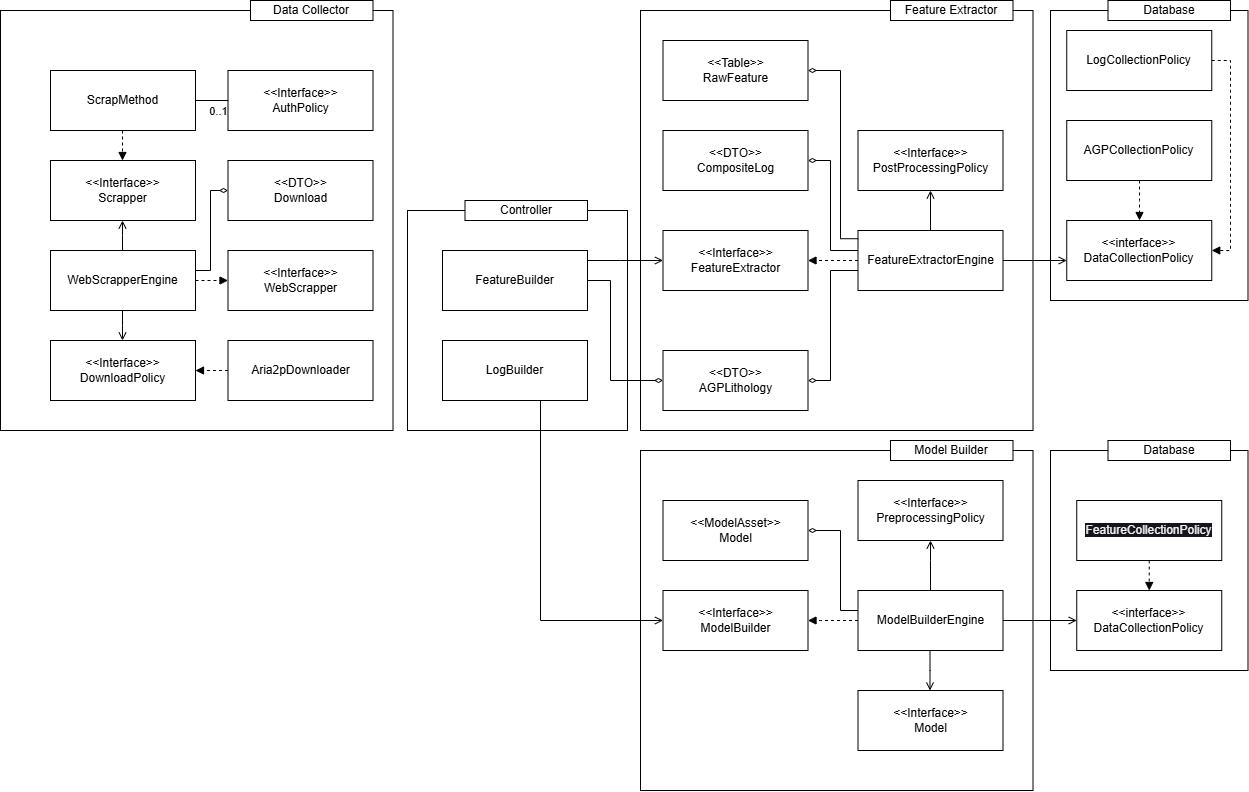
Earlier version of the draw.io export diagrams/feature-pipeline.drawio.png (Vitorhgbds/GeoAI-ANP-DataExtractor). Source tidied: cells renumbered, new cells last; positions are measured from the earlier drawing's top-left corner, leaving out a move shared by most shapes.
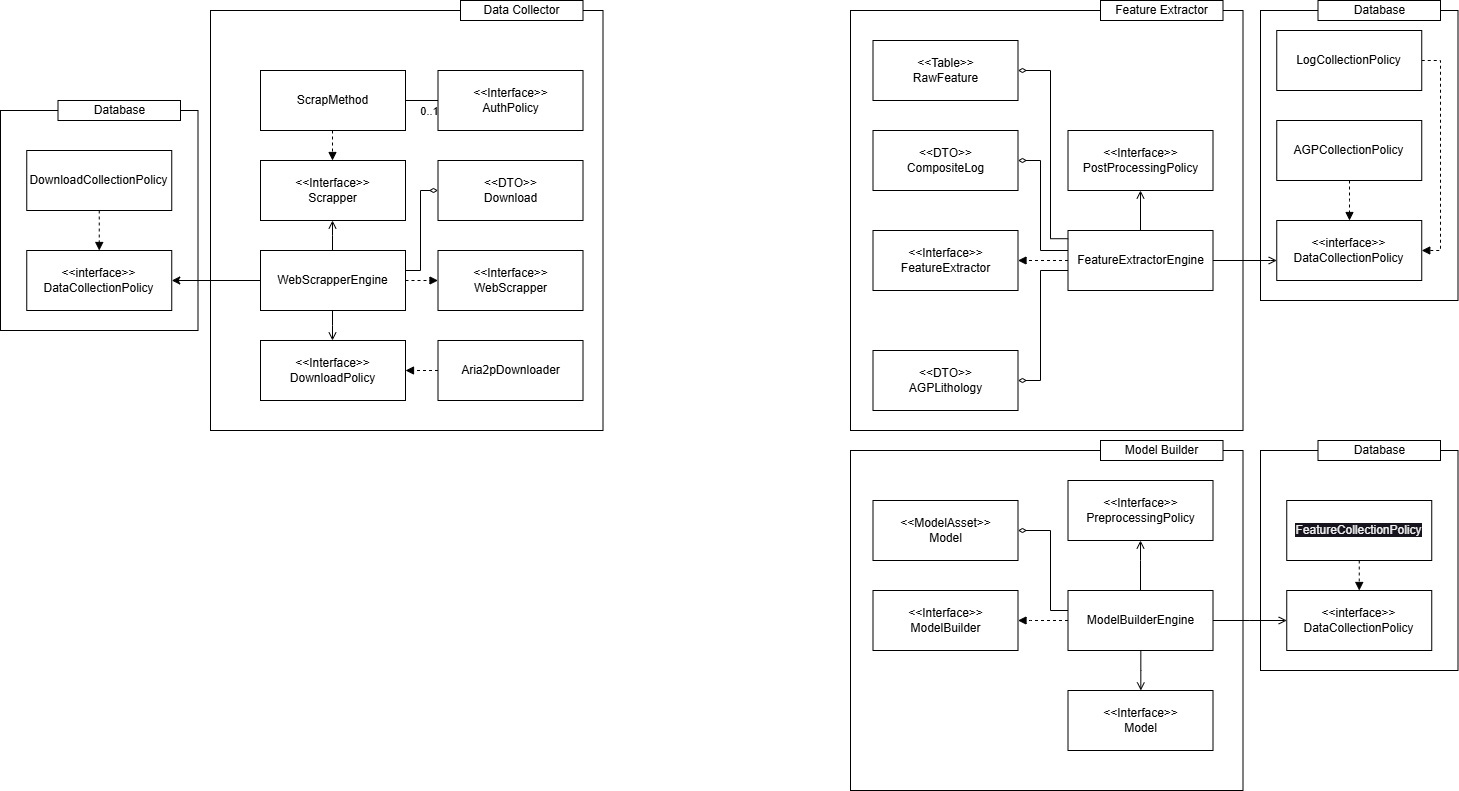
The same diagram one commit later.

Diff of the diagram source:
```diff
@@ -2,6 +2,9 @@
   <root>
     <mxCell id="0" />
     <mxCell id="1" parent="0" />
+    <mxCell id="65" style="rounded=0;whiteSpace=wrap;html=1;" parent="1" vertex="1">
+      <mxGeometry x="-210" y="110" width="197.5" height="220" as="geometry" />
+    </mxCell>
     <mxCell id="2" style="rounded=0;whiteSpace=wrap;html=1;" parent="1" vertex="1">
       <mxGeometry x="1050" y="450" width="197.5" height="220" as="geometry" />
     </mxCell>
@@ -108,9 +111,6 @@
     <mxCell id="22" style="rounded=0;whiteSpace=wrap;html=1;" parent="1" vertex="1">
       <mxGeometry x="640" y="450" width="392.5" height="340" as="geometry" />
     </mxCell>
-    <mxCell id="23" style="rounded=0;whiteSpace=wrap;html=1;" parent="1" vertex="1">
-      <mxGeometry x="407" y="210" width="220" height="220" as="geometry" />
-    </mxCell>
     <mxCell id="24" style="edgeStyle=elbowEdgeStyle;rounded=0;html=1;endArrow=block;endFill=1;dashed=1;" parent="1" edge="1" source="29" target="34">
       <mxGeometry relative="1" as="geometry">
         <Array as="points">
@@ -156,42 +156,6 @@
     <mxCell id="29" value="ModelBuilderEngine" style="rounded=0;whiteSpace=wrap;html=1;" parent="1" vertex="1">
       <mxGeometry x="857.5" y="590" width="145" height="60" as="geometry" />
     </mxCell>
-    <mxCell id="30" style="edgeStyle=elbowEdgeStyle;rounded=0;html=1;entryX=0;entryY=0.5;entryDx=0;entryDy=0;endArrow=open;endFill=0;" parent="1" edge="1" source="32" target="17">
-      <mxGeometry relative="1" as="geometry">
-        <Array as="points">
-          <mxPoint x="620" y="260" />
-          <mxPoint x="620" y="210" />
-          <mxPoint x="610" y="280" />
-        </Array>
-      </mxGeometry>
-    </mxCell>
-    <mxCell id="31" style="edgeStyle=elbowEdgeStyle;rounded=0;html=1;endArrow=diamondThin;endFill=0;" parent="1" edge="1" source="32" target="18">
-      <mxGeometry relative="1" as="geometry">
-        <Array as="points">
-          <mxPoint x="610" y="330" />
-          <mxPoint x="610" y="220" />
-          <mxPoint x="610" y="260" />
-          <mxPoint x="620" y="220" />
-          <mxPoint x="610" y="220" />
-          <mxPoint x="620" y="270" />
-          <mxPoint x="630" y="230" />
-          <mxPoint x="630" y="380" />
-          <mxPoint x="610" y="330" />
-          <mxPoint x="610" y="330" />
-          <mxPoint x="640" y="310" />
-          <mxPoint x="610" y="310" />
-          <mxPoint x="610" y="380" />
-          <mxPoint x="620" y="330" />
-          <mxPoint x="630" y="370" />
-          <mxPoint x="610" y="340" />
-          <mxPoint x="630" y="380" />
-          <mxPoint x="570" y="330" />
-        </Array>
-      </mxGeometry>
-    </mxCell>
-    <mxCell id="32" value="FeatureBuilder" style="rounded=0;whiteSpace=wrap;html=1;" parent="1" vertex="1">
-      <mxGeometry x="442" y="250" width="145" height="60" as="geometry" />
-    </mxCell>
     <mxCell id="33" value="&amp;lt;&amp;lt;Interface&amp;gt;&amp;gt;&lt;br&gt;&lt;div&gt;PreprocessingPolicy&lt;/div&gt;" style="rounded=0;whiteSpace=wrap;html=1;" parent="1" vertex="1">
       <mxGeometry x="857.5" y="480" width="145" height="60" as="geometry" />
     </mxCell>
@@ -201,23 +165,6 @@
     <mxCell id="35" value="Model Builder" style="rounded=0;whiteSpace=wrap;html=1;" parent="1" vertex="1">
       <mxGeometry x="890" y="440" width="122.5" height="20" as="geometry" />
     </mxCell>
-    <mxCell id="36" value="Controller" style="rounded=0;whiteSpace=wrap;html=1;" parent="1" vertex="1">
-      <mxGeometry x="464.5" y="200" width="122.5" height="20" as="geometry" />
-    </mxCell>
-    <mxCell id="37" style="edgeStyle=elbowEdgeStyle;rounded=0;html=1;endArrow=open;endFill=0;" parent="1" edge="1" source="38" target="34">
-      <mxGeometry relative="1" as="geometry">
-        <Array as="points">
-          <mxPoint x="540" y="520" />
-          <mxPoint x="520" y="510" />
-          <mxPoint x="520" y="490" />
-          <mxPoint x="430" y="300" />
-          <mxPoint x="430" y="280" />
-        </Array>
-      </mxGeometry>
-    </mxCell>
-    <mxCell id="38" value="LogBuilder" style="rounded=0;whiteSpace=wrap;html=1;" parent="1" vertex="1">
-      <mxGeometry x="442" y="340" width="145" height="60" as="geometry" />
-    </mxCell>
     <mxCell id="39" value="&amp;lt;&amp;lt;interface&amp;gt;&amp;gt;&lt;br&gt;DataCollectionPolicy" style="rounded=0;whiteSpace=wrap;html=1;" parent="1" vertex="1">
       <mxGeometry x="1076.2" y="590" width="145" height="60" as="geometry" />
     </mxCell>
@@ -293,6 +240,9 @@
         </Array>
       </mxGeometry>
     </mxCell>
+    <mxCell id="66" style="edgeStyle=none;html=1;entryX=1;entryY=0.5;entryDx=0;entryDy=0;" parent="1" edge="1" source="59" target="67">
+      <mxGeometry relative="1" as="geometry" />
+    </mxCell>
     <mxCell id="59" value="WebScrapperEngine" style="rounded=0;whiteSpace=wrap;html=1;" parent="1" vertex="1">
       <mxGeometry x="50" y="250" width="145" height="60" as="geometry" />
     </mxCell>
@@ -322,5 +272,25 @@
         </Array>
       </mxGeometry>
     </mxCell>
+    <mxCell id="67" value="&amp;lt;&amp;lt;interface&amp;gt;&amp;gt;&lt;br&gt;DataCollectionPolicy" style="rounded=0;whiteSpace=wrap;html=1;" parent="1" vertex="1">
+      <mxGeometry x="-183.8" y="250" width="145" height="60" as="geometry" />
+    </mxCell>
+    <mxCell id="68" style="edgeStyle=elbowEdgeStyle;rounded=0;html=1;endArrow=block;endFill=1;dashed=1;" parent="1" edge="1" source="69" target="67">
+      <mxGeometry relative="1" as="geometry">
+        <Array as="points">
+          <mxPoint x="-121" y="300" />
+          <mxPoint x="-32.5" y="240" />
+          <mxPoint x="-202.5" y="320" />
+          <mxPoint x="-32.5" y="325" />
+          <mxPoint x="-210" y="330" />
+        </Array>
+      </mxGeometry>
+    </mxCell>
+    <mxCell id="69" value="DownloadCollectionPolicy" style="rounded=0;whiteSpace=wrap;html=1;" parent="1" vertex="1">
+      <mxGeometry x="-183.8" y="150" width="145" height="60" as="geometry" />
+    </mxCell>
+    <mxCell id="70" value="Database" style="rounded=0;whiteSpace=wrap;html=1;" parent="1" vertex="1">
+      <mxGeometry x="-152.5" y="100" width="122.5" height="20" as="geometry" />
+    </mxCell>
   </root>
 </mxGraphModel>
```
